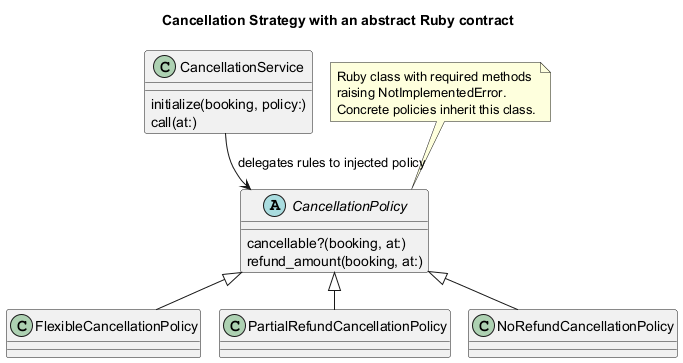
This is A7/Part2/diagrams/cancellation_strategy.png from x3O8/23CSE455_DP_CaseStudy, a PlantUML export, as it was before one commit.
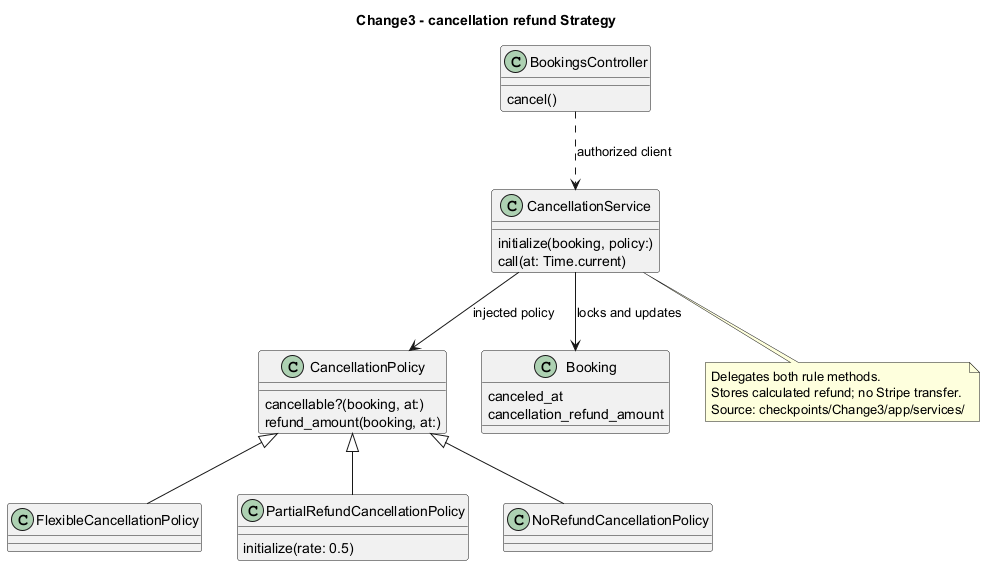
Above is the later version.

Change to the diagram source:
```diff
@@ -1,25 +1,35 @@
 @startuml
-!pragma layout smetana
-title Cancellation Strategy with an abstract Ruby contract
+title Change3 - cancellation refund Strategy
 skinparam classAttributeIconSize 0
-abstract class CancellationPolicy {
+class BookingsController {
+  cancel()
+}
+class CancellationService {
+  initialize(booking, policy:)
+  call(at: Time.current)
+}
+class CancellationPolicy {
   cancellable?(booking, at:)
   refund_amount(booking, at:)
 }
-class CancellationService {
-  initialize(booking, policy:)
-  call(at:)
+class FlexibleCancellationPolicy
+class PartialRefundCancellationPolicy {
+  initialize(rate: 0.5)
 }
-class FlexibleCancellationPolicy
-class PartialRefundCancellationPolicy
 class NoRefundCancellationPolicy
-CancellationService --> CancellationPolicy : delegates rules to injected policy
+class Booking {
+  canceled_at
+  cancellation_refund_amount
+}
+BookingsController ..> CancellationService : authorized client
+CancellationService --> CancellationPolicy : injected policy
+CancellationService --> Booking : locks and updates
 CancellationPolicy <|-- FlexibleCancellationPolicy
 CancellationPolicy <|-- PartialRefundCancellationPolicy
 CancellationPolicy <|-- NoRefundCancellationPolicy
-note top of CancellationPolicy
-  Ruby class with required methods
-  raising NotImplementedError.
-  Concrete policies inherit this class.
+note bottom of CancellationService
+  Delegates both rule methods.
+  Stores calculated refund; no Stripe transfer.
+  Source: checkpoints/Change3/app/services/
 end note
 @enduml
```
